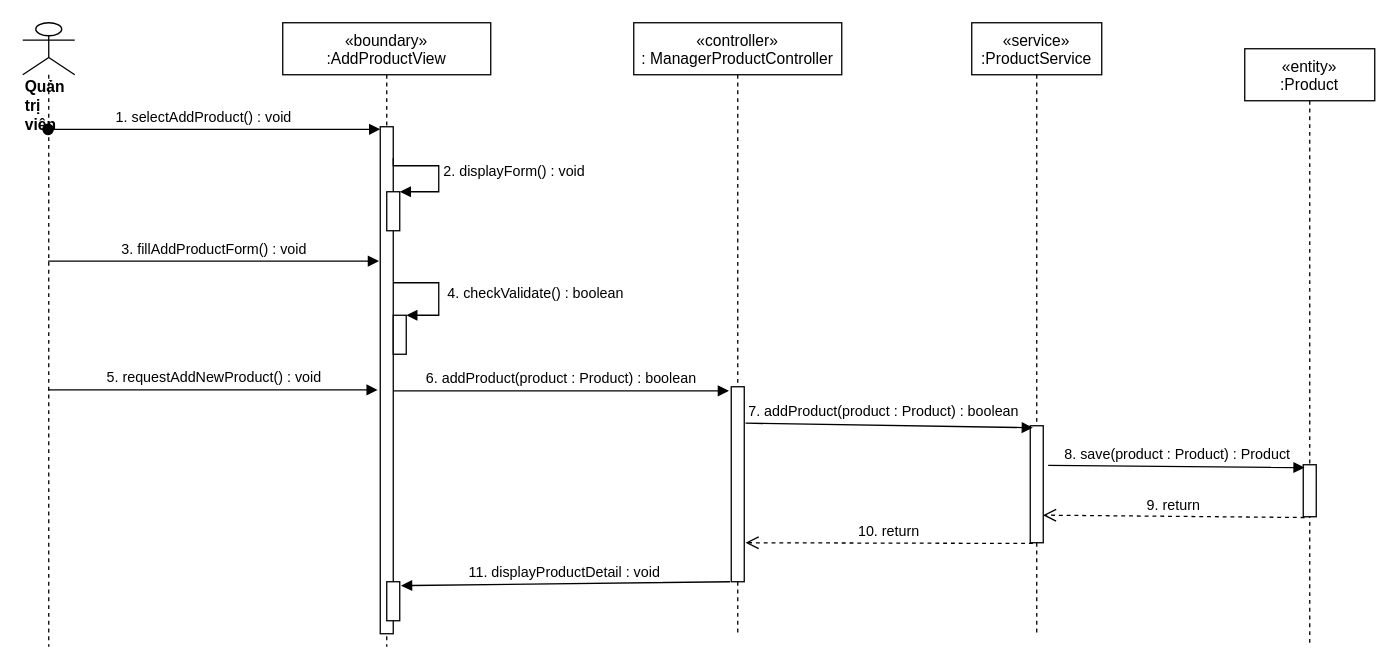
nguyenphamvan/datn_20202 keeps this draw.io diagram as sequence diagram/add-newProduct-sequence.drawio. Above is the earlier version. Source tidied: cells renumbered, new cells numbered last; positions are measured from the earlier drawing's top-left corner, leaving out a move shared by most shapes. Both pictures are drawn from the tidied source at 130%, with x=0, y=0 at pixel (22, 22).
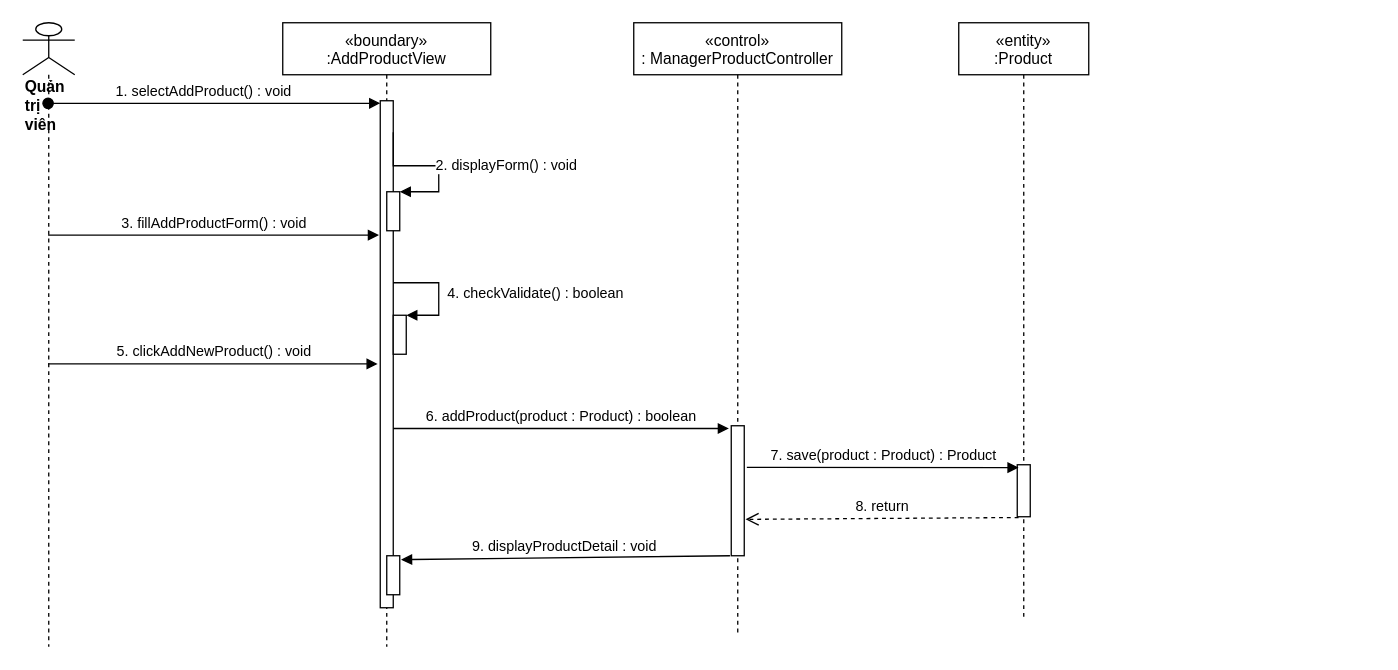
The same diagram, later.

Unchanged cells that the change refers to:
```xml
<mxCell id="2" value="«boundary»&#10;:AddProductView" style="shape=umlLifeline;perimeter=lifelinePerimeter;rounded=0;shadow=0;strokeWidth=1;" parent="1" vertex="1">
  <mxGeometry x="200" width="160" height="480" as="geometry" />
</mxCell>
<mxCell id="5" value="&lt;div&gt;&lt;b&gt;Quản trị viên&lt;/b&gt;&lt;/div&gt;" style="shape=umlLifeline;participant=umlActor;perimeter=lifelinePerimeter;whiteSpace=wrap;html=1;verticalAlign=top;spacingTop=36;outlineConnect=0;align=left;size=40;" parent="1" vertex="1">
  <mxGeometry width="40" height="480" as="geometry" />
</mxCell>
```

What changed in the source:
```diff
@@
     <mxCell id="3" style="points=[];perimeter=orthogonalPerimeter;rounded=0;shadow=0;strokeWidth=1;" parent="2" vertex="1">
-      <mxGeometry x="75" y="80" width="10" height="390" as="geometry" />
+      <mxGeometry x="75" y="60" width="10" height="390" as="geometry" />
     </mxCell>
-    <mxCell id="4" value="«controller»&#10;: ManagerProductController" style="shape=umlLifeline;perimeter=lifelinePerimeter;rounded=0;shadow=0;strokeWidth=1;" parent="1" vertex="1">
+    <mxCell id="4" value="«control»&#10;: ManagerProductController" style="shape=umlLifeline;perimeter=lifelinePerimeter;rounded=0;shadow=0;strokeWidth=1;" parent="1" vertex="1">
       <mxGeometry x="470" width="160" height="470" as="geometry" />
     </mxCell>
@@
-    <mxCell id="7" value="«service»&#10;:ProductService" style="shape=umlLifeline;perimeter=lifelinePerimeter;rounded=0;shadow=0;strokeWidth=1;" parent="1" vertex="1">
-      <mxGeometry x="730" width="100" height="470" as="geometry" />
-    </mxCell>
-    <mxCell id="8" style="points=[];perimeter=orthogonalPerimeter;rounded=0;shadow=0;strokeWidth=1;" parent="7" vertex="1">
-      <mxGeometry x="45" y="310" width="10" height="90" as="geometry" />
-    </mxCell>
-    <mxCell id="9" style="html=1;verticalAlign=bottom;endArrow=block;entryX=0.2;entryY=0.017;entryDx=0;entryDy=0;entryPerimeter=0;exitX=1.1;exitY=0.187;exitDx=0;exitDy=0;exitPerimeter=0;" parent="1" edge="1" source="21" target="8">
-      <mxGeometry relative="1" as="geometry" />
-    </mxCell>
-    <mxCell id="10" value="7. addProduct(product : Product) : boolean" style="edgeLabel;html=1;align=center;verticalAlign=middle;" parent="9" vertex="1">
-      <mxGeometry x="-0.08" y="4" relative="1" as="geometry">
-        <mxPoint x="3" y="-7" as="offset" />
-      </mxGeometry>
-    </mxCell>
-    <mxCell id="11" value="10. return" style="html=1;verticalAlign=bottom;endArrow=open;dashed=1;endSize=8;exitX=0.2;exitY=1.006;exitDx=0;exitDy=0;exitPerimeter=0;entryX=1.1;entryY=0.8;entryDx=0;entryDy=0;entryPerimeter=0;" parent="1" edge="1" source="8" target="21">
-      <mxGeometry relative="1" as="geometry" />
-    </mxCell>
-    <mxCell id="12" value="11. displayProductDetail : void" style="verticalAlign=bottom;endArrow=block;shadow=0;strokeWidth=1;exitX=-0.1;exitY=1;exitDx=0;exitDy=0;exitPerimeter=0;entryX=1.1;entryY=0.1;entryDx=0;entryDy=0;entryPerimeter=0;" parent="1" edge="1" source="21" target="23">
+    <mxCell id="12" value="9. displayProductDetail : void" style="verticalAlign=bottom;endArrow=block;shadow=0;strokeWidth=1;exitX=-0.1;exitY=1;exitDx=0;exitDy=0;exitPerimeter=0;entryX=1.1;entryY=0.1;entryDx=0;entryDy=0;entryPerimeter=0;" parent="1" edge="1" source="21" target="23">
       <mxGeometry relative="1" as="geometry" />
     </mxCell>
     <mxCell id="13" value="«entity»&#10;:Product" style="shape=umlLifeline;perimeter=lifelinePerimeter;rounded=0;shadow=0;strokeWidth=1;" parent="1" vertex="1">
-      <mxGeometry x="940" y="20" width="100" height="460" as="geometry" />
+      <mxGeometry x="720" width="100" height="460" as="geometry" />
     </mxCell>
     <mxCell id="14" style="points=[];perimeter=orthogonalPerimeter;rounded=0;shadow=0;strokeWidth=1;" parent="13" vertex="1">
-      <mxGeometry x="45" y="320" width="10" height="40" as="geometry" />
+      <mxGeometry x="45" y="340" width="10" height="40" as="geometry" />
     </mxCell>
-    <mxCell id="15" value="8. save(product : Product) : Product" style="html=1;verticalAlign=bottom;endArrow=block;entryX=0.1;entryY=0.055;entryDx=0;entryDy=0;entryPerimeter=0;exitX=1.38;exitY=0.338;exitDx=0;exitDy=0;exitPerimeter=0;" parent="1" edge="1" source="8" target="14">
+    <mxCell id="15" value="7. save(product : Product) : Product" style="html=1;verticalAlign=bottom;endArrow=block;entryX=0.1;entryY=0.055;entryDx=0;entryDy=0;entryPerimeter=0;exitX=1.2;exitY=0.32;exitDx=0;exitDy=0;exitPerimeter=0;" parent="1" edge="1" source="21" target="14">
       <mxGeometry relative="1" as="geometry" />
     </mxCell>
-    <mxCell id="16" value="9. return" style="html=1;verticalAlign=bottom;endArrow=open;dashed=1;endSize=8;exitX=0.1;exitY=1.015;exitDx=0;exitDy=0;exitPerimeter=0;entryX=0.98;entryY=0.764;entryDx=0;entryDy=0;entryPerimeter=0;" parent="1" edge="1" source="14" target="8">
+    <mxCell id="16" value="8. return" style="html=1;verticalAlign=bottom;endArrow=open;dashed=1;endSize=8;exitX=0.1;exitY=1.015;exitDx=0;exitDy=0;exitPerimeter=0;entryX=1.1;entryY=0.72;entryDx=0;entryDy=0;entryPerimeter=0;" parent="1" edge="1" source="14" target="21">
       <mxGeometry relative="1" as="geometry" />
     </mxCell>
@@
-    <mxCell id="20" value="5. requestAddNewProduct() : void" style="html=1;verticalAlign=bottom;endArrow=block;entryX=-0.2;entryY=0.519;entryDx=0;entryDy=0;entryPerimeter=0;" parent="1" edge="1" source="5" target="3">
+    <mxCell id="20" value="5. clickAddNewProduct() : void" style="html=1;verticalAlign=bottom;endArrow=block;entryX=-0.2;entryY=0.519;entryDx=0;entryDy=0;entryPerimeter=0;" parent="1" edge="1" source="5" target="3">
       <mxGeometry relative="1" as="geometry" />
     </mxCell>
     <mxCell id="21" style="points=[];perimeter=orthogonalPerimeter;rounded=0;shadow=0;strokeWidth=1;" parent="1" vertex="1">
-      <mxGeometry x="545" y="280" width="10" height="150" as="geometry" />
+      <mxGeometry x="545" y="310" width="10" height="100" as="geometry" />
     </mxCell>
@@
     <mxCell id="23" style="html=1;points=[];perimeter=orthogonalPerimeter;" parent="1" vertex="1">
-      <mxGeometry x="280" y="430" width="10" height="30" as="geometry" />
+      <mxGeometry x="280" y="410" width="10" height="30" as="geometry" />
     </mxCell>
```
